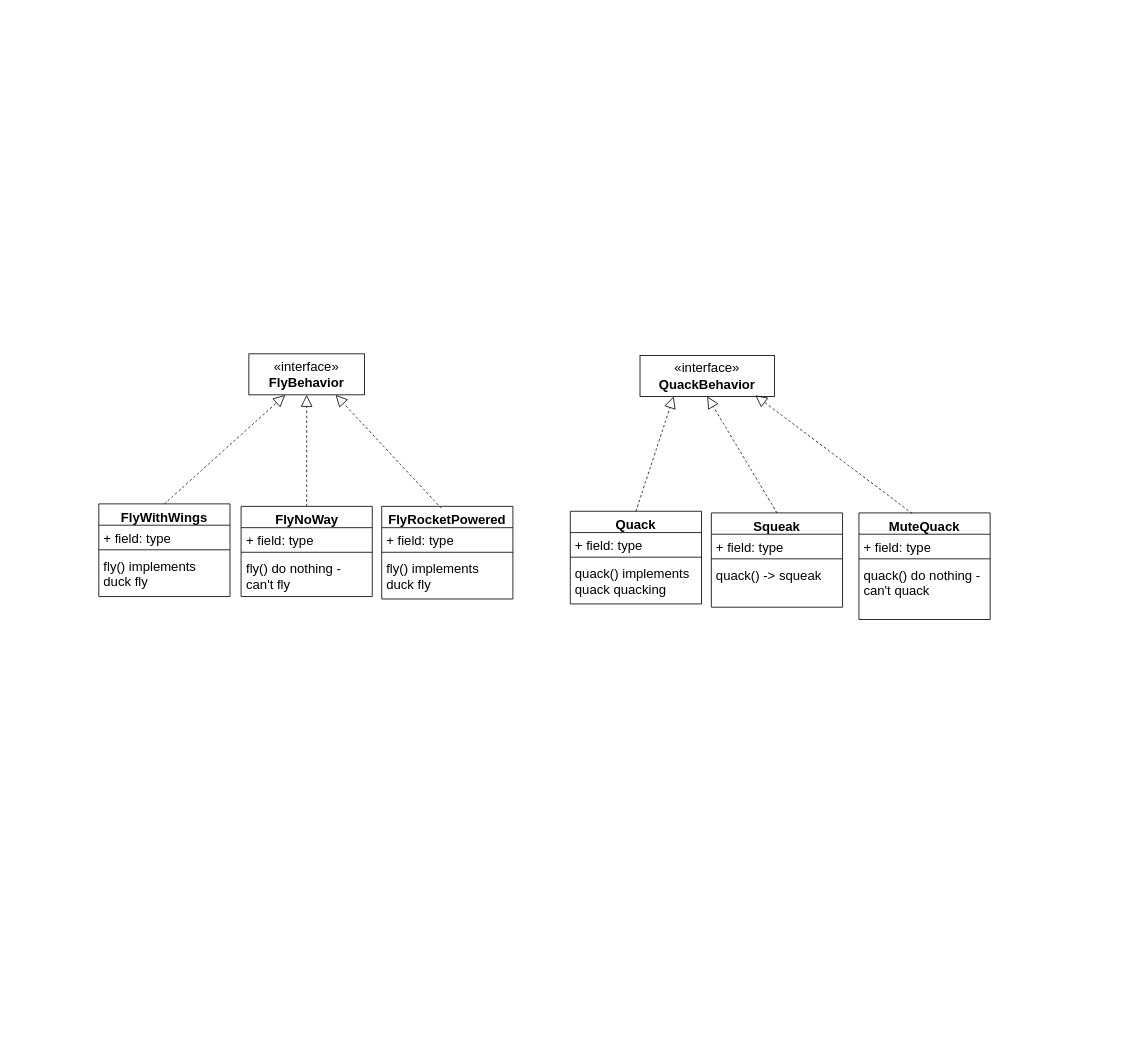
Yashasvishukla/DesignPatterns keeps this draw.io diagram as Stratagy Pattern/Stratagy Pattern.drawio. Above is the earlier version. Source tidied: cells renumbered, new cells numbered last; positions are measured from the earlier drawing's top-left corner, leaving out a move shared by most shapes. Both pictures are drawn from the tidied source at 82%, with x=0, y=0 at pixel (98, 353).
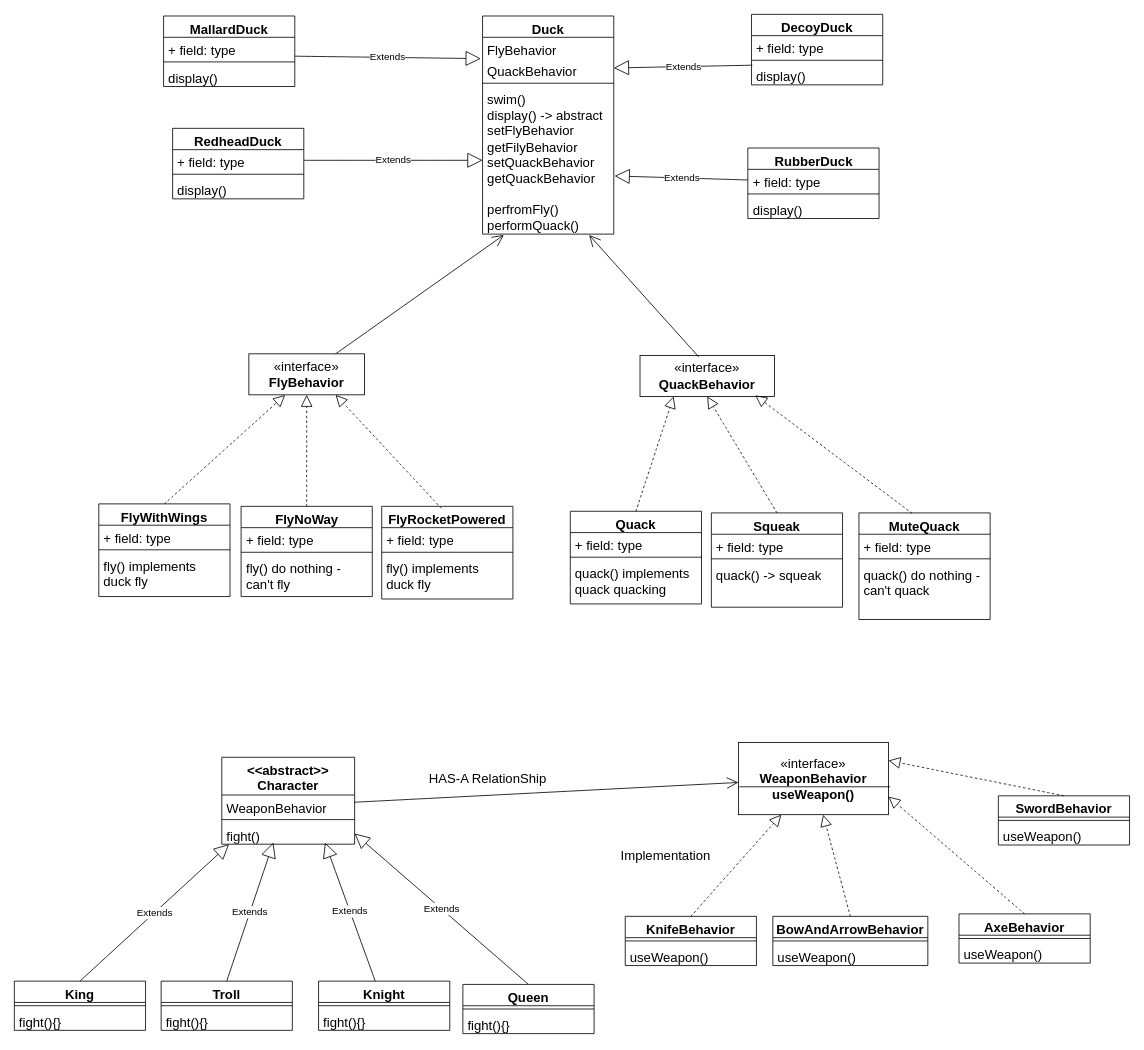
The same diagram, later.

Unchanged cells that the change refers to:
```xml
<mxCell id="2" value="«interface»&lt;br&gt;&lt;b&gt;FlyBehavior&lt;/b&gt;" style="html=1;whiteSpace=wrap;fontSize=16;" parent="1" vertex="1">
  <mxGeometry x="183" width="141" height="50" as="geometry" />
</mxCell>
<mxCell id="3" value="«interface»&lt;br&gt;&lt;b&gt;QuackBehavior&lt;br&gt;&lt;/b&gt;" style="html=1;whiteSpace=wrap;fontSize=16;" parent="1" vertex="1">
  <mxGeometry x="660" y="2" width="164" height="50" as="geometry" />
</mxCell>
```

What changed in the source:
```diff
@@
+    <mxCell id="34" value="Duck" style="swimlane;fontStyle=1;align=center;verticalAlign=top;horizontal=1;startSize=26;whiteSpace=wrap;html=1;fontSize=16;" parent="1" vertex="1">
+      <mxGeometry x="468" y="-412" width="160" height="266" as="geometry" />
+    </mxCell>
+    <mxCell id="35" value="FlyBehavior" style="text;strokeColor=none;fillColor=none;align=left;verticalAlign=top;spacingLeft=4;spacingRight=4;overflow=hidden;whiteSpace=wrap;html=1;fontSize=16;" parent="34" vertex="1">
+      <mxGeometry y="26" width="160" height="26" as="geometry" />
+    </mxCell>
+    <mxCell id="36" value="QuackBehavior" style="text;strokeColor=none;fillColor=none;align=left;verticalAlign=top;spacingLeft=4;spacingRight=4;overflow=hidden;points=[[0,0.5],[1,0.5]];portConstraint=eastwest;whiteSpace=wrap;html=1;fontSize=16;" parent="34" vertex="1">
+      <mxGeometry y="52" width="160" height="26" as="geometry" />
+    </mxCell>
+    <mxCell id="37" style="line;strokeWidth=1;fillColor=none;align=left;verticalAlign=middle;spacingTop=-1;spacingLeft=3;spacingRight=3;labelPosition=right;strokeColor=inherit;fontSize=16;" parent="34" vertex="1">
+      <mxGeometry y="78" width="160" height="8" as="geometry" />
+    </mxCell>
+    <mxCell id="38" value="swim()&lt;br&gt;display() -&amp;gt; abstract&lt;br&gt;setFlyBehavior&lt;br&gt;getFilyBehavior&lt;br&gt;setQuackBehavior&lt;br&gt;getQuackBehavior&lt;br&gt;&lt;br&gt;perfromFly()&lt;br&gt;performQuack()" style="text;strokeColor=none;fillColor=none;align=left;verticalAlign=top;spacingLeft=4;spacingRight=4;overflow=hidden;points=[[0,0.5],[1,0.5]];portConstraint=eastwest;whiteSpace=wrap;html=1;fontSize=16;" parent="34" vertex="1">
+      <mxGeometry y="86" width="160" height="180" as="geometry" />
+    </mxCell>
+    <mxCell id="39" value="&amp;lt;&amp;lt;abstract&amp;gt;&amp;gt;&lt;br&gt;Character" style="swimlane;fontStyle=1;align=center;verticalAlign=top;horizontal=1;startSize=46;whiteSpace=wrap;html=1;fontSize=16;" parent="1" vertex="1">
+      <mxGeometry x="150" y="492" width="162" height="106" as="geometry" />
+    </mxCell>
+    <mxCell id="40" value="WeaponBehavior" style="text;strokeColor=none;fillColor=none;align=left;verticalAlign=top;spacingLeft=4;spacingRight=4;overflow=hidden;points=[[0,0.5],[1,0.5]];portConstraint=eastwest;whiteSpace=wrap;html=1;fontSize=16;" parent="39" vertex="1">
+      <mxGeometry y="46" width="162" height="26" as="geometry" />
+    </mxCell>
+    <mxCell id="41" style="line;strokeWidth=1;fillColor=none;align=left;verticalAlign=middle;spacingTop=-1;spacingLeft=3;spacingRight=3;labelPosition=right;strokeColor=inherit;fontSize=16;" parent="39" vertex="1">
+      <mxGeometry y="72" width="162" height="8" as="geometry" />
+    </mxCell>
+    <mxCell id="42" value="fight()" style="text;strokeColor=none;fillColor=none;align=left;verticalAlign=top;spacingLeft=4;spacingRight=4;overflow=hidden;points=[[0,0.5],[1,0.5]];portConstraint=eastwest;whiteSpace=wrap;html=1;fontSize=16;" parent="39" vertex="1">
+      <mxGeometry y="80" width="162" height="26" as="geometry" />
+    </mxCell>
+    <mxCell id="43" value="King" style="swimlane;fontStyle=1;align=center;verticalAlign=top;horizontal=1;startSize=26;whiteSpace=wrap;html=1;fontSize=16;" parent="1" vertex="1">
+      <mxGeometry x="-103" y="765" width="160" height="60" as="geometry" />
+    </mxCell>
+    <mxCell id="44" style="line;strokeWidth=1;fillColor=none;align=left;verticalAlign=middle;spacingTop=-1;spacingLeft=3;spacingRight=3;labelPosition=right;strokeColor=inherit;fontSize=16;" parent="43" vertex="1">
+      <mxGeometry y="26" width="160" height="8" as="geometry" />
+    </mxCell>
+    <mxCell id="45" value="fight(){}" style="text;strokeColor=none;fillColor=none;align=left;verticalAlign=top;spacingLeft=4;spacingRight=4;overflow=hidden;whiteSpace=wrap;html=1;fontSize=16;" parent="43" vertex="1">
+      <mxGeometry y="34" width="160" height="26" as="geometry" />
+    </mxCell>
+    <mxCell id="46" value="Queen" style="swimlane;fontStyle=1;align=center;verticalAlign=top;horizontal=1;startSize=26;whiteSpace=wrap;html=1;fontSize=16;" parent="1" vertex="1">
+      <mxGeometry x="444" y="769" width="160" height="60" as="geometry" />
+    </mxCell>
+    <mxCell id="47" style="line;strokeWidth=1;fillColor=none;align=left;verticalAlign=middle;spacingTop=-1;spacingLeft=3;spacingRight=3;labelPosition=right;strokeColor=inherit;fontSize=16;" parent="46" vertex="1">
+      <mxGeometry y="26" width="160" height="8" as="geometry" />
+    </mxCell>
+    <mxCell id="48" value="fight(){}" style="text;strokeColor=none;fillColor=none;align=left;verticalAlign=top;spacingLeft=4;spacingRight=4;overflow=hidden;whiteSpace=wrap;html=1;fontSize=16;" parent="46" vertex="1">
+      <mxGeometry y="34" width="160" height="26" as="geometry" />
+    </mxCell>
+    <mxCell id="49" value="Troll" style="swimlane;fontStyle=1;align=center;verticalAlign=top;horizontal=1;startSize=26;whiteSpace=wrap;html=1;fontSize=16;" parent="1" vertex="1">
+      <mxGeometry x="76" y="765" width="160" height="60" as="geometry" />
+    </mxCell>
+    <mxCell id="50" style="line;strokeWidth=1;fillColor=none;align=left;verticalAlign=middle;spacingTop=-1;spacingLeft=3;spacingRight=3;labelPosition=right;strokeColor=inherit;fontSize=16;" parent="49" vertex="1">
+      <mxGeometry y="26" width="160" height="8" as="geometry" />
+    </mxCell>
+    <mxCell id="51" value="fight(){}" style="text;strokeColor=none;fillColor=none;align=left;verticalAlign=top;spacingLeft=4;spacingRight=4;overflow=hidden;whiteSpace=wrap;html=1;fontSize=16;" parent="49" vertex="1">
+      <mxGeometry y="34" width="160" height="26" as="geometry" />
+    </mxCell>
+    <mxCell id="52" value="Knight" style="swimlane;fontStyle=1;align=center;verticalAlign=top;horizontal=1;startSize=26;whiteSpace=wrap;html=1;fontSize=16;" parent="1" vertex="1">
+      <mxGeometry x="268" y="765" width="160" height="60" as="geometry" />
+    </mxCell>
+    <mxCell id="53" style="line;strokeWidth=1;fillColor=none;align=left;verticalAlign=middle;spacingTop=-1;spacingLeft=3;spacingRight=3;labelPosition=right;strokeColor=inherit;fontSize=16;" parent="52" vertex="1">
+      <mxGeometry y="26" width="160" height="8" as="geometry" />
+    </mxCell>
+    <mxCell id="54" value="fight(){}" style="text;strokeColor=none;fillColor=none;align=left;verticalAlign=top;spacingLeft=4;spacingRight=4;overflow=hidden;whiteSpace=wrap;html=1;fontSize=16;" parent="52" vertex="1">
+      <mxGeometry y="34" width="160" height="26" as="geometry" />
+    </mxCell>
+    <mxCell id="55" value="Extends" style="endArrow=block;endSize=16;endFill=0;html=1;rounded=0;fontSize=12;curved=1;exitX=0.5;exitY=0;exitDx=0;exitDy=0;entryX=1;entryY=0.5;entryDx=0;entryDy=0;" parent="1" edge="1" source="46" target="42">
+      <mxGeometry relative="1" as="geometry" />
+    </mxCell>
+    <mxCell id="56" value="Extends" style="endArrow=block;endSize=16;endFill=0;html=1;rounded=0;fontSize=12;curved=1;entryX=0.777;entryY=0.923;entryDx=0;entryDy=0;entryPerimeter=0;" parent="1" edge="1" source="52" target="42">
+      <mxGeometry relative="1" as="geometry" />
+    </mxCell>
+    <mxCell id="57" value="Extends" style="endArrow=block;endSize=16;endFill=0;html=1;rounded=0;fontSize=12;curved=1;entryX=0.388;entryY=0.923;entryDx=0;entryDy=0;entryPerimeter=0;exitX=0.5;exitY=0;exitDx=0;exitDy=0;" parent="1" edge="1" source="49" target="42">
+      <mxGeometry relative="1" as="geometry" />
+    </mxCell>
+    <mxCell id="58" value="Extends" style="endArrow=block;endSize=16;endFill=0;html=1;rounded=0;fontSize=12;curved=1;exitX=0.5;exitY=0;exitDx=0;exitDy=0;entryX=0.055;entryY=1;entryDx=0;entryDy=0;entryPerimeter=0;" parent="1" edge="1" source="43" target="42">
+      <mxGeometry relative="1" as="geometry" />
+    </mxCell>
+    <mxCell id="59" value="«interface»&lt;br&gt;&lt;b&gt;WeaponBehavior&lt;br&gt;useWeapon()&lt;br&gt;&lt;/b&gt;" style="html=1;whiteSpace=wrap;fontSize=16;" parent="1" vertex="1">
+      <mxGeometry x="780" y="474" width="183" height="88" as="geometry" />
+    </mxCell>
+    <mxCell id="60" value="KnifeBehavior" style="swimlane;fontStyle=1;align=center;verticalAlign=top;horizontal=1;startSize=26;whiteSpace=wrap;html=1;fontSize=16;" parent="1" vertex="1">
+      <mxGeometry x="642" y="686" width="160" height="60" as="geometry" />
+    </mxCell>
+    <mxCell id="61" style="line;strokeWidth=1;fillColor=none;align=left;verticalAlign=middle;spacingTop=-1;spacingLeft=3;spacingRight=3;labelPosition=right;strokeColor=inherit;fontSize=16;" parent="60" vertex="1">
+      <mxGeometry y="26" width="160" height="8" as="geometry" />
+    </mxCell>
+    <mxCell id="62" value="useWeapon()" style="text;strokeColor=none;fillColor=none;align=left;verticalAlign=top;spacingLeft=4;spacingRight=4;overflow=hidden;whiteSpace=wrap;html=1;fontSize=16;" parent="60" vertex="1">
+      <mxGeometry y="34" width="160" height="26" as="geometry" />
+    </mxCell>
+    <mxCell id="63" style="line;strokeWidth=1;fillColor=none;align=left;verticalAlign=middle;spacingTop=-1;spacingLeft=3;spacingRight=3;labelPosition=right;strokeColor=inherit;fontSize=16;" parent="1" vertex="1">
+      <mxGeometry x="781" y="524" width="184" height="8" as="geometry" />
+    </mxCell>
+    <mxCell id="64" style="endArrow=block;dashed=1;endFill=0;endSize=12;html=1;rounded=0;fontSize=12;curved=1;exitX=0.5;exitY=0;exitDx=0;exitDy=0;" parent="1" edge="1" source="60" target="59">
+      <mxGeometry relative="1" as="geometry" />
+    </mxCell>
+    <mxCell id="65" value="BowAndArrowBehavior" style="swimlane;fontStyle=1;align=center;verticalAlign=top;horizontal=1;startSize=26;whiteSpace=wrap;html=1;fontSize=16;" parent="1" vertex="1">
+      <mxGeometry x="822" y="686" width="189" height="60" as="geometry" />
+    </mxCell>
+    <mxCell id="66" style="line;strokeWidth=1;fillColor=none;align=left;verticalAlign=middle;spacingTop=-1;spacingLeft=3;spacingRight=3;labelPosition=right;strokeColor=inherit;fontSize=16;" parent="65" vertex="1">
+      <mxGeometry y="26" width="189" height="8" as="geometry" />
+    </mxCell>
+    <mxCell id="67" value="useWeapon()" style="text;strokeColor=none;fillColor=none;align=left;verticalAlign=top;spacingLeft=4;spacingRight=4;overflow=hidden;whiteSpace=wrap;html=1;fontSize=16;" parent="65" vertex="1">
+      <mxGeometry y="34" width="189" height="26" as="geometry" />
+    </mxCell>
+    <mxCell id="68" style="endArrow=block;dashed=1;endFill=0;endSize=12;html=1;rounded=0;fontSize=12;curved=1;exitX=0.5;exitY=0;exitDx=0;exitDy=0;" parent="1" edge="1" source="65" target="59">
+      <mxGeometry relative="1" as="geometry" />
+    </mxCell>
+    <mxCell id="69" value="AxeBehavior" style="swimlane;fontStyle=1;align=center;verticalAlign=top;horizontal=1;startSize=26;whiteSpace=wrap;html=1;fontSize=16;" parent="1" vertex="1">
+      <mxGeometry x="1049" y="683" width="160" height="60" as="geometry" />
+    </mxCell>
+    <mxCell id="70" style="line;strokeWidth=1;fillColor=none;align=left;verticalAlign=middle;spacingTop=-1;spacingLeft=3;spacingRight=3;labelPosition=right;strokeColor=inherit;fontSize=16;" parent="69" vertex="1">
+      <mxGeometry y="26" width="160" height="8" as="geometry" />
+    </mxCell>
+    <mxCell id="71" value="useWeapon()" style="text;strokeColor=none;fillColor=none;align=left;verticalAlign=top;spacingLeft=4;spacingRight=4;overflow=hidden;whiteSpace=wrap;html=1;fontSize=16;" parent="69" vertex="1">
+      <mxGeometry y="34" width="160" height="26" as="geometry" />
+    </mxCell>
+    <mxCell id="72" style="endArrow=block;dashed=1;endFill=0;endSize=12;html=1;rounded=0;fontSize=12;curved=1;exitX=0.5;exitY=0;exitDx=0;exitDy=0;entryX=1;entryY=0.75;entryDx=0;entryDy=0;" parent="1" edge="1" source="69" target="59">
+      <mxGeometry relative="1" as="geometry" />
+    </mxCell>
+    <mxCell id="73" value="SwordBehavior" style="swimlane;fontStyle=1;align=center;verticalAlign=top;horizontal=1;startSize=26;whiteSpace=wrap;html=1;fontSize=16;" parent="1" vertex="1">
+      <mxGeometry x="1097" y="539" width="160" height="60" as="geometry" />
+    </mxCell>
+    <mxCell id="74" style="line;strokeWidth=1;fillColor=none;align=left;verticalAlign=middle;spacingTop=-1;spacingLeft=3;spacingRight=3;labelPosition=right;strokeColor=inherit;fontSize=16;" parent="73" vertex="1">
+      <mxGeometry y="26" width="160" height="8" as="geometry" />
+    </mxCell>
+    <mxCell id="75" value="useWeapon()" style="text;strokeColor=none;fillColor=none;align=left;verticalAlign=top;spacingLeft=4;spacingRight=4;overflow=hidden;whiteSpace=wrap;html=1;fontSize=16;" parent="73" vertex="1">
+      <mxGeometry y="34" width="160" height="26" as="geometry" />
+    </mxCell>
+    <mxCell id="76" style="endArrow=block;dashed=1;endFill=0;endSize=12;html=1;rounded=0;fontSize=12;curved=1;exitX=0.5;exitY=0;exitDx=0;exitDy=0;entryX=1;entryY=0.25;entryDx=0;entryDy=0;" parent="1" edge="1" source="73" target="59">
+      <mxGeometry relative="1" as="geometry" />
+    </mxCell>
+    <mxCell id="77" style="endArrow=open;endFill=1;endSize=12;html=1;rounded=0;fontSize=12;curved=1;" parent="1" edge="1" source="40" target="59">
+      <mxGeometry relative="1" as="geometry" />
+    </mxCell>
+    <mxCell id="78" value="HAS-A RelationShip" style="text;html=1;align=center;verticalAlign=middle;strokeColor=none;fillColor=none;fontSize=16;" parent="1" vertex="1">
+      <mxGeometry x="393" y="502" width="161" height="31" as="geometry" />
+    </mxCell>
+    <mxCell id="79" value="Implementation" style="text;html=1;align=center;verticalAlign=middle;strokeColor=none;fillColor=none;fontSize=16;" parent="1" vertex="1">
+      <mxGeometry x="627" y="596" width="127" height="31" as="geometry" />
+    </mxCell>
+    <mxCell id="80" style="endArrow=open;endFill=1;endSize=12;html=1;rounded=0;fontSize=12;curved=1;entryX=0.162;entryY=1.006;entryDx=0;entryDy=0;entryPerimeter=0;" parent="1" edge="1" source="2" target="38">
+      <mxGeometry relative="1" as="geometry" />
+    </mxCell>
+    <mxCell id="81" style="endArrow=open;endFill=1;endSize=12;html=1;rounded=0;fontSize=12;curved=1;entryX=0.812;entryY=1.006;entryDx=0;entryDy=0;entryPerimeter=0;exitX=0.438;exitY=0.04;exitDx=0;exitDy=0;exitPerimeter=0;" parent="1" edge="1" source="3" target="38">
+      <mxGeometry relative="1" as="geometry" />
+    </mxCell>
+    <mxCell id="82" value="MallardDuck" style="swimlane;fontStyle=1;align=center;verticalAlign=top;horizontal=1;startSize=26;whiteSpace=wrap;html=1;fontSize=16;" parent="1" vertex="1">
+      <mxGeometry x="79" y="-412" width="160" height="86" as="geometry" />
+    </mxCell>
+    <mxCell id="83" value="+ field: type" style="text;strokeColor=none;fillColor=none;align=left;verticalAlign=top;spacingLeft=4;spacingRight=4;overflow=hidden;points=[[0,0.5],[1,0.5]];portConstraint=eastwest;whiteSpace=wrap;html=1;fontSize=16;" parent="82" vertex="1">
+      <mxGeometry y="26" width="160" height="26" as="geometry" />
+    </mxCell>
+    <mxCell id="84" style="line;strokeWidth=1;fillColor=none;align=left;verticalAlign=middle;spacingTop=-1;spacingLeft=3;spacingRight=3;labelPosition=right;strokeColor=inherit;fontSize=16;" parent="82" vertex="1">
+      <mxGeometry y="52" width="160" height="8" as="geometry" />
+    </mxCell>
+    <mxCell id="85" value="display()" style="text;strokeColor=none;fillColor=none;align=left;verticalAlign=top;spacingLeft=4;spacingRight=4;overflow=hidden;whiteSpace=wrap;html=1;fontSize=16;" parent="82" vertex="1">
+      <mxGeometry y="60" width="160" height="26" as="geometry" />
+    </mxCell>
+    <mxCell id="86" value="RedheadDuck" style="swimlane;fontStyle=1;align=center;verticalAlign=top;horizontal=1;startSize=26;whiteSpace=wrap;html=1;fontSize=16;" parent="1" vertex="1">
+      <mxGeometry x="90" y="-275" width="160" height="86" as="geometry" />
+    </mxCell>
+    <mxCell id="87" value="+ field: type" style="text;strokeColor=none;fillColor=none;align=left;verticalAlign=top;spacingLeft=4;spacingRight=4;overflow=hidden;points=[[0,0.5],[1,0.5]];portConstraint=eastwest;whiteSpace=wrap;html=1;fontSize=16;" parent="86" vertex="1">
+      <mxGeometry y="26" width="160" height="26" as="geometry" />
+    </mxCell>
+    <mxCell id="88" style="line;strokeWidth=1;fillColor=none;align=left;verticalAlign=middle;spacingTop=-1;spacingLeft=3;spacingRight=3;labelPosition=right;strokeColor=inherit;fontSize=16;" parent="86" vertex="1">
+      <mxGeometry y="52" width="160" height="8" as="geometry" />
+    </mxCell>
+    <mxCell id="89" value="display()" style="text;strokeColor=none;fillColor=none;align=left;verticalAlign=top;spacingLeft=4;spacingRight=4;overflow=hidden;whiteSpace=wrap;html=1;fontSize=16;" parent="86" vertex="1">
+      <mxGeometry y="60" width="160" height="26" as="geometry" />
+    </mxCell>
+    <mxCell id="90" value="RubberDuck" style="swimlane;fontStyle=1;align=center;verticalAlign=top;horizontal=1;startSize=26;whiteSpace=wrap;html=1;fontSize=16;" parent="1" vertex="1">
+      <mxGeometry x="791.5" y="-251" width="160" height="86" as="geometry" />
+    </mxCell>
+    <mxCell id="91" value="+ field: type" style="text;strokeColor=none;fillColor=none;align=left;verticalAlign=top;spacingLeft=4;spacingRight=4;overflow=hidden;points=[[0,0.5],[1,0.5]];portConstraint=eastwest;whiteSpace=wrap;html=1;fontSize=16;" parent="90" vertex="1">
+      <mxGeometry y="26" width="160" height="26" as="geometry" />
+    </mxCell>
+    <mxCell id="92" style="line;strokeWidth=1;fillColor=none;align=left;verticalAlign=middle;spacingTop=-1;spacingLeft=3;spacingRight=3;labelPosition=right;strokeColor=inherit;fontSize=16;" parent="90" vertex="1">
+      <mxGeometry y="52" width="160" height="8" as="geometry" />
+    </mxCell>
+    <mxCell id="93" value="display()" style="text;strokeColor=none;fillColor=none;align=left;verticalAlign=top;spacingLeft=4;spacingRight=4;overflow=hidden;whiteSpace=wrap;html=1;fontSize=16;" parent="90" vertex="1">
+      <mxGeometry y="60" width="160" height="26" as="geometry" />
+    </mxCell>
+    <mxCell id="94" value="DecoyDuck" style="swimlane;fontStyle=1;align=center;verticalAlign=top;horizontal=1;startSize=26;whiteSpace=wrap;html=1;fontSize=16;" parent="1" vertex="1">
+      <mxGeometry x="796" y="-414" width="160" height="86" as="geometry" />
+    </mxCell>
+    <mxCell id="95" value="+ field: type" style="text;strokeColor=none;fillColor=none;align=left;verticalAlign=top;spacingLeft=4;spacingRight=4;overflow=hidden;whiteSpace=wrap;html=1;fontSize=16;" parent="94" vertex="1">
+      <mxGeometry y="26" width="160" height="26" as="geometry" />
+    </mxCell>
+    <mxCell id="96" style="line;strokeWidth=1;fillColor=none;align=left;verticalAlign=middle;spacingTop=-1;spacingLeft=3;spacingRight=3;labelPosition=right;strokeColor=inherit;fontSize=16;" parent="94" vertex="1">
+      <mxGeometry y="52" width="160" height="8" as="geometry" />
+    </mxCell>
+    <mxCell id="97" value="display()" style="text;strokeColor=none;fillColor=none;align=left;verticalAlign=top;spacingLeft=4;spacingRight=4;overflow=hidden;points=[[0,0.5],[1,0.5]];portConstraint=eastwest;whiteSpace=wrap;html=1;fontSize=16;" parent="94" vertex="1">
+      <mxGeometry y="60" width="160" height="26" as="geometry" />
+    </mxCell>
+    <mxCell id="98" value="Extends" style="endArrow=block;endSize=16;endFill=0;html=1;rounded=0;fontSize=12;curved=1;entryX=-0.013;entryY=0;entryDx=0;entryDy=0;exitX=1;exitY=0.885;exitDx=0;exitDy=0;exitPerimeter=0;entryPerimeter=0;" parent="1" edge="1" source="83" target="36">
+      <mxGeometry relative="1" as="geometry" />
+    </mxCell>
+    <mxCell id="99" value="Extends" style="endArrow=block;endSize=16;endFill=0;html=1;rounded=0;fontSize=12;curved=1;exitX=1;exitY=0.5;exitDx=0;exitDy=0;" parent="1" edge="1" source="87" target="38">
+      <mxGeometry relative="1" as="geometry" />
+    </mxCell>
+    <mxCell id="100" value="Extends" style="endArrow=block;endSize=16;endFill=0;html=1;rounded=0;fontSize=12;curved=1;exitX=0.006;exitY=0.077;exitDx=0;exitDy=0;exitPerimeter=0;" parent="1" edge="1" source="97" target="36">
+      <mxGeometry relative="1" as="geometry" />
+    </mxCell>
+    <mxCell id="101" value="Extends" style="endArrow=block;endSize=16;endFill=0;html=1;rounded=0;fontSize=12;curved=1;entryX=1.006;entryY=0.606;entryDx=0;entryDy=0;exitX=0;exitY=0.5;exitDx=0;exitDy=0;entryPerimeter=0;" parent="1" edge="1" source="91" target="38">
+      <mxGeometry relative="1" as="geometry" />
+    </mxCell>
```
